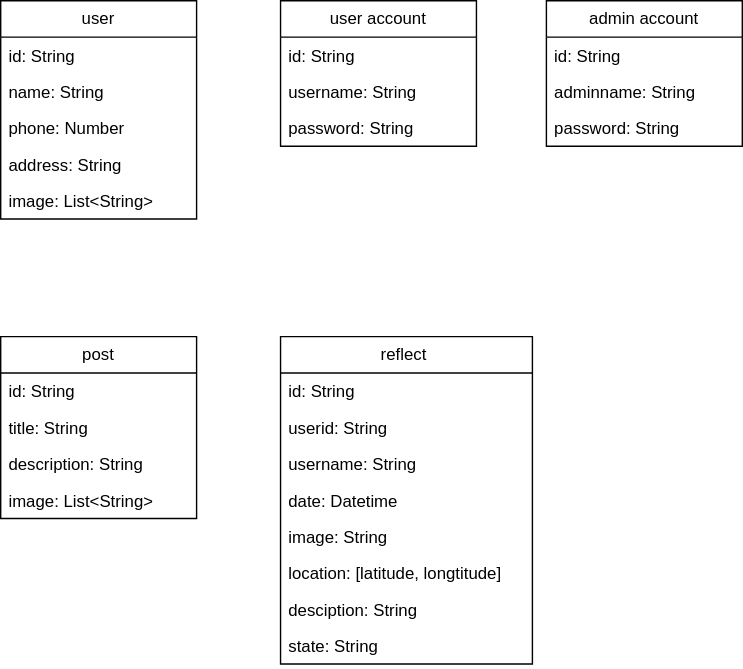
Above: Hệ Thống/class.svg in shinoasada1907/My_Life_App (draw.io), before the change. Source tidied: cells renumbered, new cells last; positions are measured from the earlier drawing's top-left corner, leaving out a move shared by most shapes. Source of this version:
```xml
<mxGraphModel>
  <root>
    <mxCell id="0" />
    <mxCell id="1" parent="0" />
    <mxCell id="2" value="user" style="swimlane;fontStyle=0;horizontal=1;startSize=26;fillColor=none;whiteSpace=wrap;html=1;" parent="1" vertex="1">
      <mxGeometry width="140" height="156" as="geometry" />
    </mxCell>
    <mxCell id="3" value="id: String" style="text;strokeColor=none;fillColor=none;align=left;verticalAlign=top;spacingLeft=4;spacingRight=4;overflow=hidden;whiteSpace=wrap;html=1;" parent="2" vertex="1">
      <mxGeometry y="26" width="140" height="26" as="geometry" />
    </mxCell>
    <mxCell id="4" value="name: String" style="text;strokeColor=none;fillColor=none;align=left;verticalAlign=top;spacingLeft=4;spacingRight=4;overflow=hidden;whiteSpace=wrap;html=1;" parent="2" vertex="1">
      <mxGeometry y="52" width="140" height="26" as="geometry" />
    </mxCell>
    <mxCell id="5" value="phone: Number" style="text;strokeColor=none;fillColor=none;align=left;verticalAlign=top;spacingLeft=4;spacingRight=4;overflow=hidden;whiteSpace=wrap;html=1;" parent="2" vertex="1">
      <mxGeometry y="78" width="140" height="26" as="geometry" />
    </mxCell>
    <mxCell id="6" value="address: String" style="text;strokeColor=none;fillColor=none;align=left;verticalAlign=top;spacingLeft=4;spacingRight=4;overflow=hidden;whiteSpace=wrap;html=1;" parent="2" vertex="1">
      <mxGeometry y="104" width="140" height="26" as="geometry" />
    </mxCell>
    <mxCell id="7" value="image: List&amp;lt;String&amp;gt;" style="text;strokeColor=none;fillColor=none;align=left;verticalAlign=top;spacingLeft=4;spacingRight=4;overflow=hidden;whiteSpace=wrap;html=1;" parent="2" vertex="1">
      <mxGeometry y="130" width="140" height="26" as="geometry" />
    </mxCell>
    <mxCell id="8" value="user account" style="swimlane;fontStyle=0;horizontal=1;startSize=26;fillColor=none;whiteSpace=wrap;html=1;" parent="1" vertex="1">
      <mxGeometry x="200" width="140" height="104" as="geometry" />
    </mxCell>
    <mxCell id="9" value="id: String" style="text;strokeColor=none;fillColor=none;align=left;verticalAlign=top;spacingLeft=4;spacingRight=4;overflow=hidden;whiteSpace=wrap;html=1;" parent="8" vertex="1">
      <mxGeometry y="26" width="140" height="26" as="geometry" />
    </mxCell>
    <mxCell id="10" value="username: String" style="text;strokeColor=none;fillColor=none;align=left;verticalAlign=top;spacingLeft=4;spacingRight=4;overflow=hidden;whiteSpace=wrap;html=1;" parent="8" vertex="1">
      <mxGeometry y="52" width="140" height="26" as="geometry" />
    </mxCell>
    <mxCell id="11" value="password: String" style="text;strokeColor=none;fillColor=none;align=left;verticalAlign=top;spacingLeft=4;spacingRight=4;overflow=hidden;whiteSpace=wrap;html=1;" parent="8" vertex="1">
      <mxGeometry y="78" width="140" height="26" as="geometry" />
    </mxCell>
    <mxCell id="12" value="admin account" style="swimlane;fontStyle=0;horizontal=1;startSize=26;fillColor=none;whiteSpace=wrap;html=1;" parent="1" vertex="1">
      <mxGeometry x="390" width="140" height="104" as="geometry" />
    </mxCell>
    <mxCell id="13" value="id: String" style="text;strokeColor=none;fillColor=none;align=left;verticalAlign=top;spacingLeft=4;spacingRight=4;overflow=hidden;whiteSpace=wrap;html=1;" parent="12" vertex="1">
      <mxGeometry y="26" width="140" height="26" as="geometry" />
    </mxCell>
    <mxCell id="14" value="adminname: String" style="text;strokeColor=none;fillColor=none;align=left;verticalAlign=top;spacingLeft=4;spacingRight=4;overflow=hidden;points=[[0,0.5],[1,0.5]];portConstraint=eastwest;whiteSpace=wrap;html=1;" parent="12" vertex="1">
      <mxGeometry y="52" width="140" height="26" as="geometry" />
    </mxCell>
    <mxCell id="15" value="password: String" style="text;strokeColor=none;fillColor=none;align=left;verticalAlign=top;spacingLeft=4;spacingRight=4;overflow=hidden;whiteSpace=wrap;html=1;" parent="12" vertex="1">
      <mxGeometry y="78" width="140" height="26" as="geometry" />
    </mxCell>
    <mxCell id="16" value="post" style="swimlane;fontStyle=0;horizontal=1;startSize=26;fillColor=none;whiteSpace=wrap;html=1;" parent="1" vertex="1">
      <mxGeometry y="240" width="140" height="130" as="geometry" />
    </mxCell>
    <mxCell id="17" value="id: String" style="text;strokeColor=none;fillColor=none;align=left;verticalAlign=top;spacingLeft=4;spacingRight=4;overflow=hidden;whiteSpace=wrap;html=1;" parent="16" vertex="1">
      <mxGeometry y="26" width="140" height="26" as="geometry" />
    </mxCell>
    <mxCell id="18" value="title: String" style="text;strokeColor=none;fillColor=none;align=left;verticalAlign=top;spacingLeft=4;spacingRight=4;overflow=hidden;points=[[0,0.5],[1,0.5]];portConstraint=eastwest;whiteSpace=wrap;html=1;" parent="16" vertex="1">
      <mxGeometry y="52" width="140" height="26" as="geometry" />
    </mxCell>
    <mxCell id="19" value="description: String" style="text;strokeColor=none;fillColor=none;align=left;verticalAlign=top;spacingLeft=4;spacingRight=4;overflow=hidden;whiteSpace=wrap;html=1;" parent="16" vertex="1">
      <mxGeometry y="78" width="140" height="26" as="geometry" />
    </mxCell>
    <mxCell id="20" value="image: List&amp;lt;String&amp;gt;" style="text;strokeColor=none;fillColor=none;align=left;verticalAlign=top;spacingLeft=4;spacingRight=4;overflow=hidden;whiteSpace=wrap;html=1;" parent="16" vertex="1">
      <mxGeometry y="104" width="140" height="26" as="geometry" />
    </mxCell>
    <mxCell id="21" value="reflect&amp;nbsp;" style="swimlane;fontStyle=0;horizontal=1;startSize=26;fillColor=none;whiteSpace=wrap;html=1;" parent="1" vertex="1">
      <mxGeometry x="200" y="240" width="180" height="234" as="geometry" />
    </mxCell>
    <mxCell id="22" value="id: String" style="text;strokeColor=none;fillColor=none;align=left;verticalAlign=top;spacingLeft=4;spacingRight=4;overflow=hidden;whiteSpace=wrap;html=1;" parent="21" vertex="1">
      <mxGeometry y="26" width="180" height="26" as="geometry" />
    </mxCell>
    <mxCell id="23" value="userid: String" style="text;strokeColor=none;fillColor=none;align=left;verticalAlign=top;spacingLeft=4;spacingRight=4;overflow=hidden;points=[[0,0.5],[1,0.5]];portConstraint=eastwest;whiteSpace=wrap;html=1;" parent="21" vertex="1">
      <mxGeometry y="52" width="180" height="26" as="geometry" />
    </mxCell>
    <mxCell id="24" value="username: String" style="text;strokeColor=none;fillColor=none;align=left;verticalAlign=top;spacingLeft=4;spacingRight=4;overflow=hidden;whiteSpace=wrap;html=1;" parent="21" vertex="1">
      <mxGeometry y="78" width="180" height="26" as="geometry" />
    </mxCell>
    <mxCell id="25" value="date: Datetime" style="text;strokeColor=none;fillColor=none;align=left;verticalAlign=top;spacingLeft=4;spacingRight=4;overflow=hidden;whiteSpace=wrap;html=1;" parent="21" vertex="1">
      <mxGeometry y="104" width="180" height="26" as="geometry" />
    </mxCell>
    <mxCell id="26" value="image: String" style="text;strokeColor=none;fillColor=none;align=left;verticalAlign=top;spacingLeft=4;spacingRight=4;overflow=hidden;whiteSpace=wrap;html=1;" parent="21" vertex="1">
      <mxGeometry y="130" width="180" height="26" as="geometry" />
    </mxCell>
    <mxCell id="27" value="location: [latitude, longtitude]" style="text;strokeColor=none;fillColor=none;align=left;verticalAlign=top;spacingLeft=4;spacingRight=4;overflow=hidden;whiteSpace=wrap;html=1;" parent="21" vertex="1">
      <mxGeometry y="156" width="180" height="26" as="geometry" />
    </mxCell>
    <mxCell id="28" value="desciption: String" style="text;strokeColor=none;fillColor=none;align=left;verticalAlign=top;spacingLeft=4;spacingRight=4;overflow=hidden;whiteSpace=wrap;html=1;" parent="21" vertex="1">
      <mxGeometry y="182" width="180" height="26" as="geometry" />
    </mxCell>
    <mxCell id="29" value="state: String" style="text;strokeColor=none;fillColor=none;align=left;verticalAlign=top;spacingLeft=4;spacingRight=4;overflow=hidden;whiteSpace=wrap;html=1;" parent="21" vertex="1">
      <mxGeometry y="208" width="180" height="26" as="geometry" />
    </mxCell>
  </root>
</mxGraphModel>
```
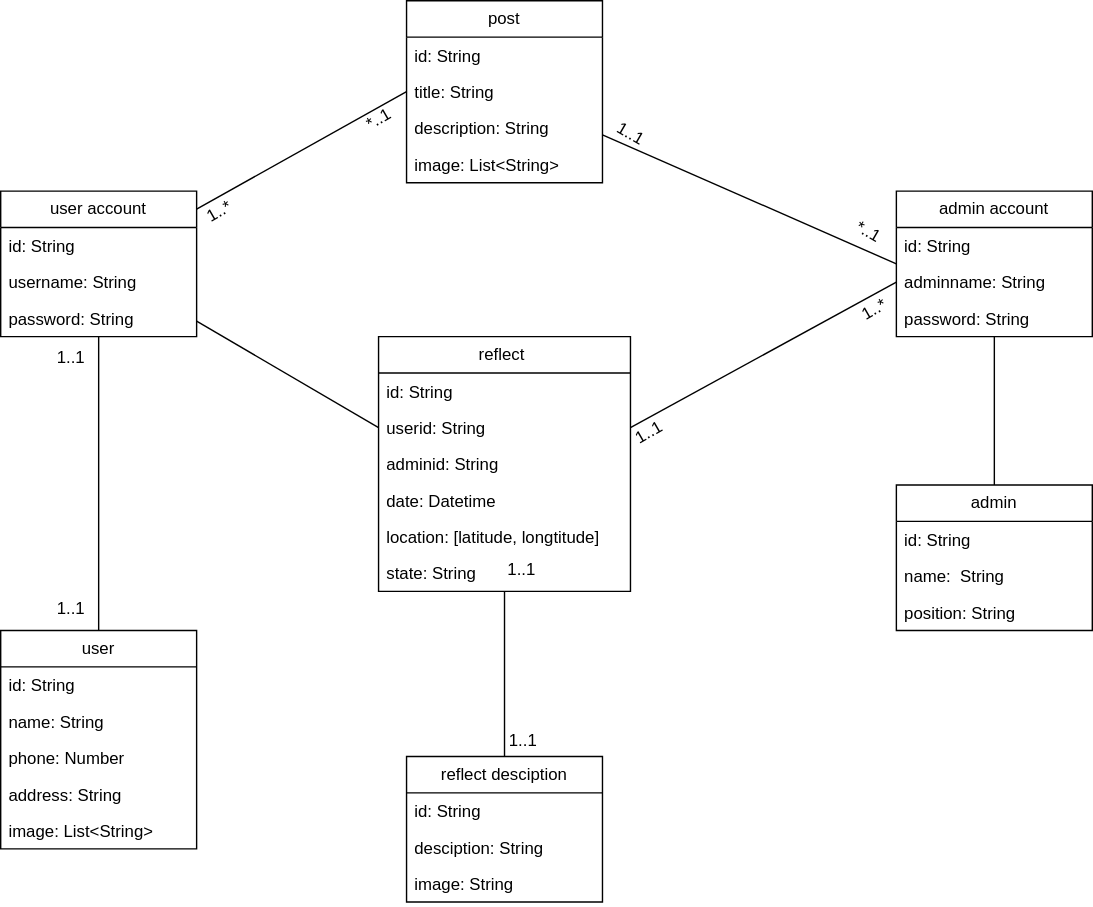
Later version of the same file.

Commit message:
diagram reflect and class

Change to the diagram source:
```diff
@@ -1,9 +1,9 @@
-<mxGraphModel>
+<mxGraphModel background="#ffffff">
   <root>
     <mxCell id="0" />
     <mxCell id="1" parent="0" />
     <mxCell id="2" value="user" style="swimlane;fontStyle=0;horizontal=1;startSize=26;fillColor=none;whiteSpace=wrap;html=1;" parent="1" vertex="1">
-      <mxGeometry width="140" height="156" as="geometry" />
+      <mxGeometry y="490" width="140" height="156" as="geometry" />
     </mxCell>
     <mxCell id="3" value="id: String" style="text;strokeColor=none;fillColor=none;align=left;verticalAlign=top;spacingLeft=4;spacingRight=4;overflow=hidden;whiteSpace=wrap;html=1;" parent="2" vertex="1">
       <mxGeometry y="26" width="140" height="26" as="geometry" />
@@ -20,8 +20,17 @@
     <mxCell id="7" value="image: List&amp;lt;String&amp;gt;" style="text;strokeColor=none;fillColor=none;align=left;verticalAlign=top;spacingLeft=4;spacingRight=4;overflow=hidden;whiteSpace=wrap;html=1;" parent="2" vertex="1">
       <mxGeometry y="130" width="140" height="26" as="geometry" />
     </mxCell>
+    <mxCell id="30" style="edgeStyle=orthogonalEdgeStyle;rounded=0;jettySize=auto;html=1;entryX=0.5;entryY=0;entryDx=0;entryDy=0;endArrow=none;endFill=0;" parent="1" edge="1" source="8" target="2">
+      <mxGeometry relative="1" as="geometry" />
+    </mxCell>
+    <mxCell id="31" style="edgeStyle=none;rounded=0;jettySize=auto;html=1;entryX=0;entryY=0.5;entryDx=0;entryDy=0;endArrow=none;endFill=0;" parent="1" edge="1" source="8" target="18">
+      <mxGeometry relative="1" as="geometry" />
+    </mxCell>
+    <mxCell id="32" style="edgeStyle=none;rounded=0;jettySize=auto;html=1;entryX=0;entryY=0.5;entryDx=0;entryDy=0;endArrow=none;endFill=0;" parent="1" edge="1" source="8" target="23">
+      <mxGeometry relative="1" as="geometry" />
+    </mxCell>
     <mxCell id="8" value="user account" style="swimlane;fontStyle=0;horizontal=1;startSize=26;fillColor=none;whiteSpace=wrap;html=1;" parent="1" vertex="1">
-      <mxGeometry x="200" width="140" height="104" as="geometry" />
+      <mxGeometry y="176" width="140" height="104" as="geometry" />
     </mxCell>
     <mxCell id="9" value="id: String" style="text;strokeColor=none;fillColor=none;align=left;verticalAlign=top;spacingLeft=4;spacingRight=4;overflow=hidden;whiteSpace=wrap;html=1;" parent="8" vertex="1">
       <mxGeometry y="26" width="140" height="26" as="geometry" />
@@ -32,8 +41,11 @@
     <mxCell id="11" value="password: String" style="text;strokeColor=none;fillColor=none;align=left;verticalAlign=top;spacingLeft=4;spacingRight=4;overflow=hidden;whiteSpace=wrap;html=1;" parent="8" vertex="1">
       <mxGeometry y="78" width="140" height="26" as="geometry" />
     </mxCell>
+    <mxCell id="33" style="edgeStyle=none;rounded=0;jettySize=auto;html=1;endArrow=none;endFill=0;" parent="1" edge="1" source="12" target="50">
+      <mxGeometry relative="1" as="geometry" />
+    </mxCell>
     <mxCell id="12" value="admin account" style="swimlane;fontStyle=0;horizontal=1;startSize=26;fillColor=none;whiteSpace=wrap;html=1;" parent="1" vertex="1">
-      <mxGeometry x="390" width="140" height="104" as="geometry" />
+      <mxGeometry x="640" y="176" width="140" height="104" as="geometry" />
     </mxCell>
     <mxCell id="13" value="id: String" style="text;strokeColor=none;fillColor=none;align=left;verticalAlign=top;spacingLeft=4;spacingRight=4;overflow=hidden;whiteSpace=wrap;html=1;" parent="12" vertex="1">
       <mxGeometry y="26" width="140" height="26" as="geometry" />
@@ -44,8 +56,11 @@
     <mxCell id="15" value="password: String" style="text;strokeColor=none;fillColor=none;align=left;verticalAlign=top;spacingLeft=4;spacingRight=4;overflow=hidden;whiteSpace=wrap;html=1;" parent="12" vertex="1">
       <mxGeometry y="78" width="140" height="26" as="geometry" />
     </mxCell>
+    <mxCell id="34" style="edgeStyle=none;rounded=0;jettySize=auto;html=1;entryX=0;entryY=0.5;entryDx=0;entryDy=0;endArrow=none;endFill=0;" parent="1" edge="1" source="16" target="12">
+      <mxGeometry relative="1" as="geometry" />
+    </mxCell>
     <mxCell id="16" value="post" style="swimlane;fontStyle=0;horizontal=1;startSize=26;fillColor=none;whiteSpace=wrap;html=1;" parent="1" vertex="1">
-      <mxGeometry y="240" width="140" height="130" as="geometry" />
+      <mxGeometry x="290" y="40" width="140" height="130" as="geometry" />
     </mxCell>
     <mxCell id="17" value="id: String" style="text;strokeColor=none;fillColor=none;align=left;verticalAlign=top;spacingLeft=4;spacingRight=4;overflow=hidden;whiteSpace=wrap;html=1;" parent="16" vertex="1">
       <mxGeometry y="26" width="140" height="26" as="geometry" />
@@ -59,8 +74,11 @@
     <mxCell id="20" value="image: List&amp;lt;String&amp;gt;" style="text;strokeColor=none;fillColor=none;align=left;verticalAlign=top;spacingLeft=4;spacingRight=4;overflow=hidden;whiteSpace=wrap;html=1;" parent="16" vertex="1">
       <mxGeometry y="104" width="140" height="26" as="geometry" />
     </mxCell>
+    <mxCell id="35" style="edgeStyle=none;rounded=0;jettySize=auto;html=1;entryX=0.5;entryY=0;entryDx=0;entryDy=0;endArrow=none;endFill=0;" parent="1" edge="1" source="21" target="37">
+      <mxGeometry relative="1" as="geometry" />
+    </mxCell>
     <mxCell id="21" value="reflect&amp;nbsp;" style="swimlane;fontStyle=0;horizontal=1;startSize=26;fillColor=none;whiteSpace=wrap;html=1;" parent="1" vertex="1">
-      <mxGeometry x="200" y="240" width="180" height="234" as="geometry" />
+      <mxGeometry x="270" y="280" width="180" height="182" as="geometry" />
     </mxCell>
     <mxCell id="22" value="id: String" style="text;strokeColor=none;fillColor=none;align=left;verticalAlign=top;spacingLeft=4;spacingRight=4;overflow=hidden;whiteSpace=wrap;html=1;" parent="21" vertex="1">
       <mxGeometry y="26" width="180" height="26" as="geometry" />
@@ -68,23 +86,74 @@
     <mxCell id="23" value="userid: String" style="text;strokeColor=none;fillColor=none;align=left;verticalAlign=top;spacingLeft=4;spacingRight=4;overflow=hidden;points=[[0,0.5],[1,0.5]];portConstraint=eastwest;whiteSpace=wrap;html=1;" parent="21" vertex="1">
       <mxGeometry y="52" width="180" height="26" as="geometry" />
     </mxCell>
-    <mxCell id="24" value="username: String" style="text;strokeColor=none;fillColor=none;align=left;verticalAlign=top;spacingLeft=4;spacingRight=4;overflow=hidden;whiteSpace=wrap;html=1;" parent="21" vertex="1">
-      <mxGeometry y="78" width="180" height="26" as="geometry" />
-    </mxCell>
+    <mxCell id="36" value="adminid: String" style="text;strokeColor=none;fillColor=none;align=left;verticalAlign=top;spacingLeft=4;spacingRight=4;overflow=hidden;whiteSpace=wrap;html=1;" parent="21" vertex="1">
+      <mxGeometry y="78" width="180" height="26" as="geometry" />
+    </mxCell>
     <mxCell id="25" value="date: Datetime" style="text;strokeColor=none;fillColor=none;align=left;verticalAlign=top;spacingLeft=4;spacingRight=4;overflow=hidden;whiteSpace=wrap;html=1;" parent="21" vertex="1">
       <mxGeometry y="104" width="180" height="26" as="geometry" />
     </mxCell>
+    <mxCell id="27" value="location: [latitude, longtitude]" style="text;strokeColor=none;fillColor=none;align=left;verticalAlign=top;spacingLeft=4;spacingRight=4;overflow=hidden;whiteSpace=wrap;html=1;" parent="21" vertex="1">
+      <mxGeometry y="130" width="180" height="26" as="geometry" />
+    </mxCell>
+    <mxCell id="29" value="state: String" style="text;strokeColor=none;fillColor=none;align=left;verticalAlign=top;spacingLeft=4;spacingRight=4;overflow=hidden;whiteSpace=wrap;html=1;" parent="21" vertex="1">
+      <mxGeometry y="156" width="180" height="26" as="geometry" />
+    </mxCell>
+    <mxCell id="37" value="reflect desciption" style="swimlane;fontStyle=0;horizontal=1;startSize=26;fillColor=none;whiteSpace=wrap;html=1;" parent="1" vertex="1">
+      <mxGeometry x="290" y="580" width="140" height="104" as="geometry" />
+    </mxCell>
+    <mxCell id="38" value="id: String" style="text;strokeColor=none;fillColor=none;align=left;verticalAlign=top;spacingLeft=4;spacingRight=4;overflow=hidden;whiteSpace=wrap;html=1;" parent="37" vertex="1">
+      <mxGeometry y="26" width="140" height="26" as="geometry" />
+    </mxCell>
+    <mxCell id="28" value="desciption: String" style="text;strokeColor=none;fillColor=none;align=left;verticalAlign=top;spacingLeft=4;spacingRight=4;overflow=hidden;whiteSpace=wrap;html=1;" parent="37" vertex="1">
+      <mxGeometry y="52" width="140" height="26" as="geometry" />
+    </mxCell>
-    <mxCell id="26" value="image: String" style="text;strokeColor=none;fillColor=none;align=left;verticalAlign=top;spacingLeft=4;spacingRight=4;overflow=hidden;whiteSpace=wrap;html=1;" parent="21" vertex="1">
-      <mxGeometry y="130" width="180" height="26" as="geometry" />
+    <mxCell id="26" value="image: String" style="text;strokeColor=none;fillColor=none;align=left;verticalAlign=top;spacingLeft=4;spacingRight=4;overflow=hidden;whiteSpace=wrap;html=1;" parent="37" vertex="1">
+      <mxGeometry y="78" width="140" height="26" as="geometry" />
     </mxCell>
-    <mxCell id="27" value="location: [latitude, longtitude]" style="text;strokeColor=none;fillColor=none;align=left;verticalAlign=top;spacingLeft=4;spacingRight=4;overflow=hidden;whiteSpace=wrap;html=1;" parent="21" vertex="1">
-      <mxGeometry y="156" width="180" height="26" as="geometry" />
-    </mxCell>
-    <mxCell id="28" value="desciption: String" style="text;strokeColor=none;fillColor=none;align=left;verticalAlign=top;spacingLeft=4;spacingRight=4;overflow=hidden;whiteSpace=wrap;html=1;" parent="21" vertex="1">
-      <mxGeometry y="182" width="180" height="26" as="geometry" />
-    </mxCell>
-    <mxCell id="29" value="state: String" style="text;strokeColor=none;fillColor=none;align=left;verticalAlign=top;spacingLeft=4;spacingRight=4;overflow=hidden;whiteSpace=wrap;html=1;" parent="21" vertex="1">
-      <mxGeometry y="208" width="180" height="26" as="geometry" />
-    </mxCell>
+    <mxCell id="39" style="edgeStyle=none;rounded=0;jettySize=auto;html=1;exitX=0;exitY=0.5;exitDx=0;exitDy=0;entryX=1;entryY=0.5;entryDx=0;entryDy=0;endArrow=none;endFill=0;" parent="1" edge="1" source="14" target="23">
+      <mxGeometry relative="1" as="geometry" />
+    </mxCell>
+    <mxCell id="40" value="1..1" style="text;html=1;align=center;verticalAlign=middle;strokeColor=none;fillColor=none;" parent="1" vertex="1">
+      <mxGeometry x="30" y="280" width="40" height="30" as="geometry" />
+    </mxCell>
+    <mxCell id="41" value="1..1" style="text;html=1;align=center;verticalAlign=middle;strokeColor=none;fillColor=none;" parent="1" vertex="1">
+      <mxGeometry x="30" y="460" width="40" height="30" as="geometry" />
+    </mxCell>
+    <mxCell id="42" value="1..*" style="text;html=1;align=center;verticalAlign=middle;strokeColor=none;fillColor=none;rotation=-30;" parent="1" vertex="1">
+      <mxGeometry x="136" y="176" width="40" height="30" as="geometry" />
+    </mxCell>
+    <mxCell id="43" value="*..1" style="text;html=1;align=center;verticalAlign=middle;strokeColor=none;fillColor=none;rotation=-30;" parent="1" vertex="1">
+      <mxGeometry x="250" y="110" width="40" height="30" as="geometry" />
+    </mxCell>
+    <mxCell id="44" value="1..1" style="text;html=1;align=center;verticalAlign=middle;strokeColor=none;fillColor=none;rotation=30;" parent="1" vertex="1">
+      <mxGeometry x="430" y="120" width="40" height="30" as="geometry" />
+    </mxCell>
+    <mxCell id="45" value="*..1" style="text;html=1;align=center;verticalAlign=middle;strokeColor=none;fillColor=none;rotation=30;" parent="1" vertex="1">
+      <mxGeometry x="600" y="190" width="40" height="30" as="geometry" />
+    </mxCell>
+    <mxCell id="46" value="1..1" style="text;html=1;align=center;verticalAlign=middle;strokeColor=none;fillColor=none;" parent="1" vertex="1">
+      <mxGeometry x="352" y="432" width="40" height="30" as="geometry" />
+    </mxCell>
+    <mxCell id="47" value="1..1" style="text;html=1;align=center;verticalAlign=middle;strokeColor=none;fillColor=none;" parent="1" vertex="1">
+      <mxGeometry x="353" y="554" width="40" height="30" as="geometry" />
+    </mxCell>
+    <mxCell id="48" value="1..*" style="text;html=1;align=center;verticalAlign=middle;strokeColor=none;fillColor=none;rotation=-30;" parent="1" vertex="1">
+      <mxGeometry x="604" y="246" width="40" height="30" as="geometry" />
+    </mxCell>
+    <mxCell id="49" value="1..1" style="text;html=1;align=center;verticalAlign=middle;strokeColor=none;fillColor=none;rotation=-30;" parent="1" vertex="1">
+      <mxGeometry x="443" y="334" width="40" height="30" as="geometry" />
+    </mxCell>
+    <mxCell id="50" value="admin" style="swimlane;fontStyle=0;horizontal=1;startSize=26;fillColor=none;whiteSpace=wrap;html=1;" parent="1" vertex="1">
+      <mxGeometry x="640" y="386" width="140" height="104" as="geometry" />
+    </mxCell>
+    <mxCell id="51" value="id: String" style="text;strokeColor=none;fillColor=none;align=left;verticalAlign=top;spacingLeft=4;spacingRight=4;overflow=hidden;whiteSpace=wrap;html=1;" parent="50" vertex="1">
+      <mxGeometry y="26" width="140" height="26" as="geometry" />
+    </mxCell>
+    <mxCell id="52" value="name:&amp;nbsp; String" style="text;strokeColor=none;fillColor=none;align=left;verticalAlign=top;spacingLeft=4;spacingRight=4;overflow=hidden;whiteSpace=wrap;html=1;" parent="50" vertex="1">
+      <mxGeometry y="52" width="140" height="26" as="geometry" />
+    </mxCell>
+    <mxCell id="53" value="position: String" style="text;strokeColor=none;fillColor=none;align=left;verticalAlign=top;spacingLeft=4;spacingRight=4;overflow=hidden;whiteSpace=wrap;html=1;" parent="50" vertex="1">
+      <mxGeometry y="78" width="140" height="26" as="geometry" />
+    </mxCell>
   </root>
 </mxGraphModel>
```
